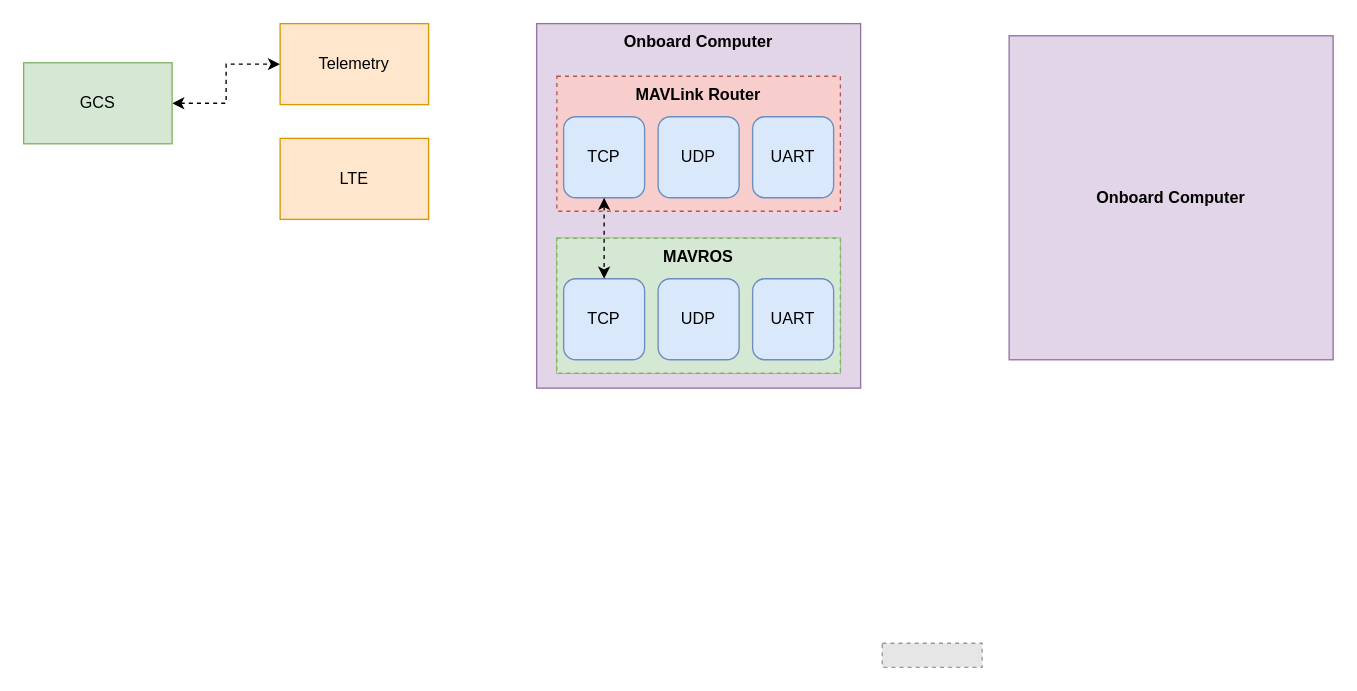
Above: px4_unified_com.drawio in RoboDD/my-flow-chart (draw.io), before the change. Source tidied: cells renumbered, new cells numbered last; positions are measured from the earlier drawing's top-left corner, leaving out a move shared by most shapes. Both pictures are drawn from the tidied source at 135%, with x=0, y=0 at pixel (23, 23). Pictures stored in the file or linked from it are replaced by grey dashed boxes.
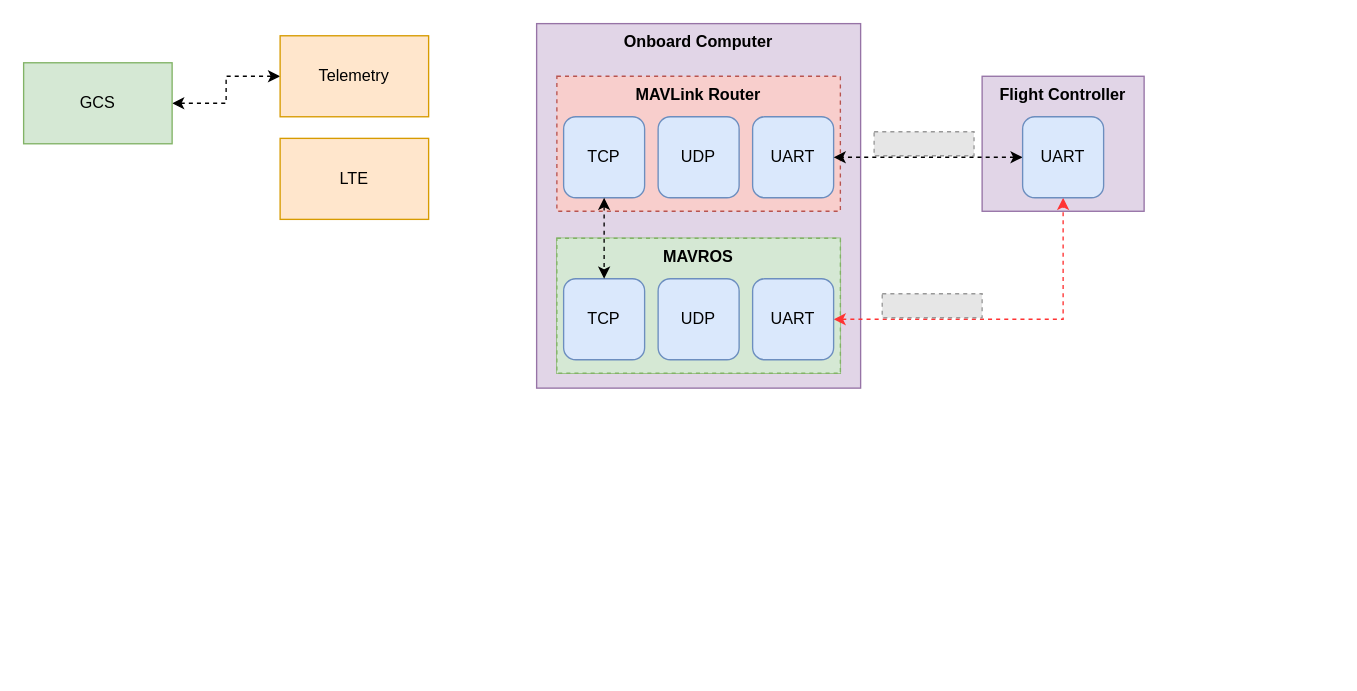
The same page after the edit.

The change refers to these unchanged cells:
```xml
<mxCell id="13" value="UART" style="rounded=1;whiteSpace=wrap;html=1;fillColor=#dae8fc;strokeColor=#6c8ebf;" parent="9" vertex="1">
  <mxGeometry x="145" y="30" width="60" height="60" as="geometry" />
</mxCell>
<mxCell id="18" value="UART" style="rounded=1;whiteSpace=wrap;html=1;fillColor=#dae8fc;strokeColor=#6c8ebf;" parent="1" vertex="1">
  <mxGeometry x="540" y="189" width="60" height="60" as="geometry" />
</mxCell>
```

Diff of the diagram source:
```diff
@@
     <mxCell id="4" style="fillColor=#E6E6E6;strokeColor=#999999;dashed=1;verticalLabelPosition=bottom;labelBackgroundColor=#ffffff;verticalAlign=top;" parent="1" vertex="1">
-      <mxGeometry x="636" y="459" width="74" height="17.8" as="geometry" />
+      <mxGeometry x="630" y="80.1" width="74" height="17.8" as="geometry" />
     </mxCell>
     <mxCell id="5" value="Telemetry" style="rounded=0;whiteSpace=wrap;html=1;fillColor=#ffe6cc;strokeColor=#d79b00;" parent="1" vertex="1">
-      <mxGeometry x="190" width="110" height="60" as="geometry" />
+      <mxGeometry x="190" y="9" width="110" height="60" as="geometry" />
     </mxCell>
@@
-    <mxCell id="8" value="Onboard Computer" style="rounded=0;whiteSpace=wrap;html=1;fillColor=#e1d5e7;strokeColor=#9673a6;fontStyle=1;horizontal=1;verticalAlign=middle;" parent="1" vertex="1">
-      <mxGeometry x="730" y="9" width="240" height="240" as="geometry" />
+    <mxCell id="8" value="Flight Controller" style="rounded=0;whiteSpace=wrap;html=1;fillColor=#e1d5e7;strokeColor=#9673a6;fontStyle=1;horizontal=1;verticalAlign=top;" parent="1" vertex="1">
+      <mxGeometry x="710" y="39" width="120" height="100" as="geometry" />
     </mxCell>
@@
+    <mxCell id="20" style="edgeStyle=orthogonalEdgeStyle;rounded=0;jettySize=auto;html=1;exitX=1;exitY=0.5;exitDx=0;exitDy=0;entryX=0.5;entryY=1;entryDx=0;entryDy=0;dashed=1;startArrow=classic;startFill=1;shadow=0;sketch=0;jumpStyle=arc;strokeColor=#FF3333;" parent="1" edge="1" source="18" target="22">
+      <mxGeometry relative="1" as="geometry" />
+    </mxCell>
@@
+    <mxCell id="21" style="edgeStyle=orthogonalEdgeStyle;rounded=0;jettySize=auto;html=1;exitX=0;exitY=0.5;exitDx=0;exitDy=0;entryX=1;entryY=0.5;entryDx=0;entryDy=0;dashed=1;startArrow=classic;startFill=1;" parent="1" edge="1" source="22" target="13">
+      <mxGeometry relative="1" as="geometry" />
+    </mxCell>
+    <mxCell id="22" value="UART" style="rounded=1;whiteSpace=wrap;html=1;fillColor=#dae8fc;strokeColor=#6c8ebf;" parent="1" vertex="1">
+      <mxGeometry x="740" y="69" width="60" height="60" as="geometry" />
+    </mxCell>
+    <mxCell id="23" style="fillColor=#E6E6E6;strokeColor=#999999;dashed=1;verticalLabelPosition=bottom;labelBackgroundColor=#ffffff;verticalAlign=top;" parent="1" vertex="1">
+      <mxGeometry x="636" y="200.1" width="74" height="17.8" as="geometry" />
+    </mxCell>
```
